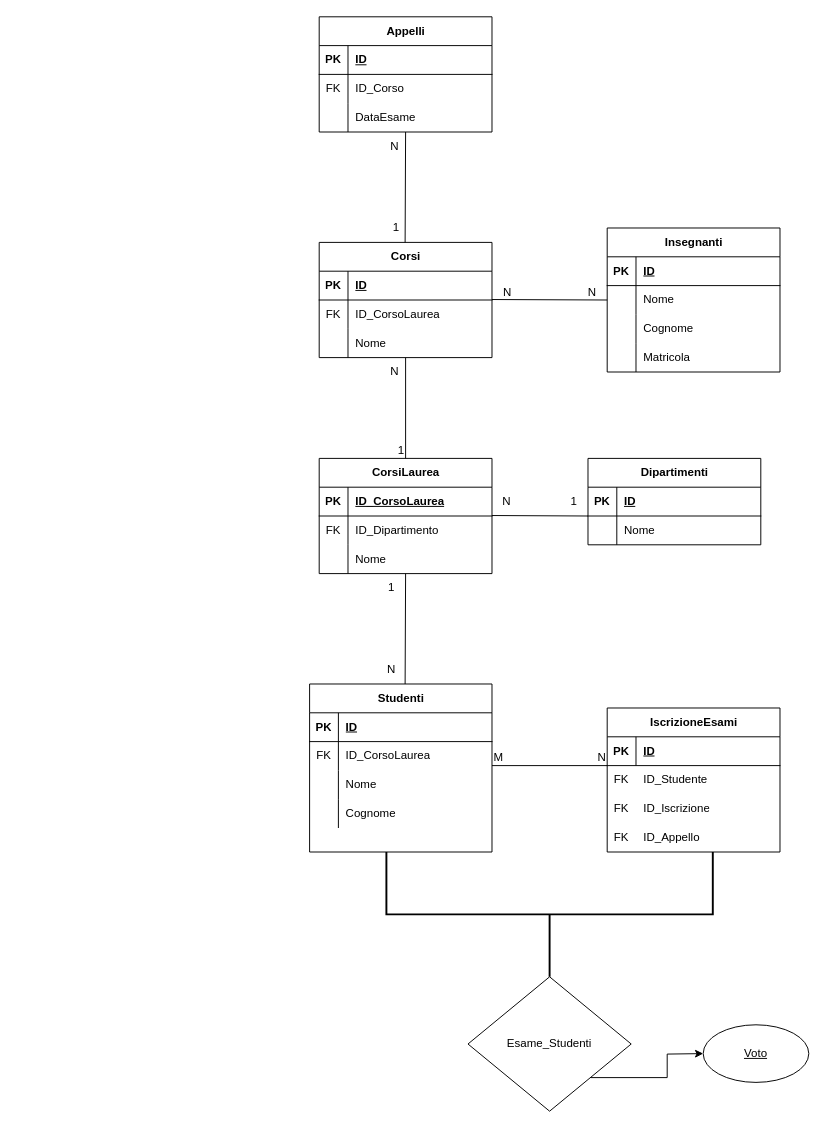
The draw.io diagram Diagramma università.drawio in MartinaAmbrosini/db-university, before the edit. Source tidied: cells renumbered, new cells numbered last; positions are measured from the earlier drawing's top-left corner, leaving out a move shared by most shapes. Both pictures are drawn from the tidied source at 96%, with x=0, y=0 at pixel (309, 16).
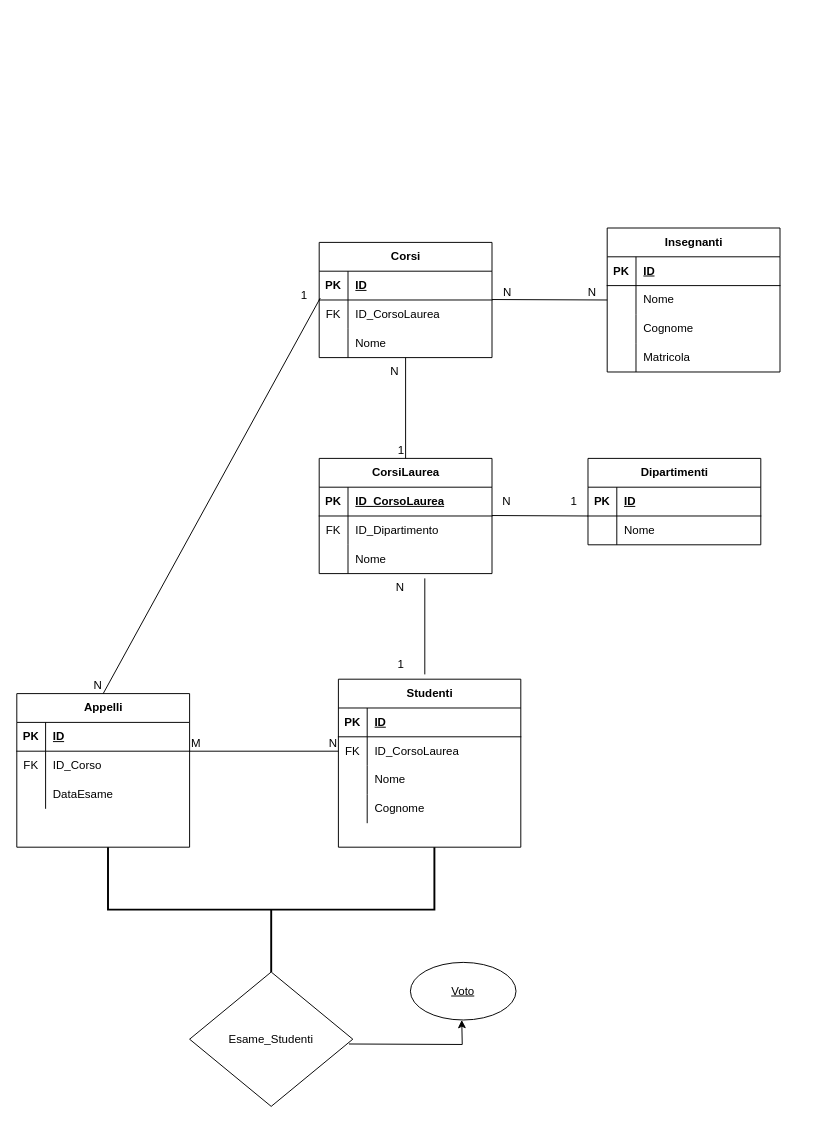
The same page after the edit.

Commit message (it also covers changes not shown here):
fix: caricato diagramma corretto

The change refers to these unchanged cells:
```xml
<mxCell id="6" style="shape=tableRow;horizontal=0;startSize=0;swimlaneHead=0;swimlaneBody=0;fillColor=none;points=[[0,0.5],[1,0.5]];portConstraint=eastwest;top=0;left=0;right=0;bottom=0;" parent="2" vertex="1">
  <mxGeometry y="60" width="180" height="30" as="geometry" />
</mxCell>
<mxCell id="42" style="shape=tableRow;horizontal=0;startSize=0;swimlaneHead=0;swimlaneBody=0;fillColor=none;points=[[0,0.5],[1,0.5]];portConstraint=eastwest;top=0;left=0;right=0;bottom=0;" parent="38" vertex="1">
  <mxGeometry y="60" width="190" height="30" as="geometry" />
</mxCell>
```

Diff of the diagram source:
```diff
@@
-    <mxCell id="25" style="endArrow=none;html=1;rounded=0;" parent="1" edge="1">
-      <mxGeometry relative="1" as="geometry">
-        <mxPoint x="99.5" y="235" as="sourcePoint" />
-        <mxPoint x="100" y="120" as="targetPoint" />
-      </mxGeometry>
-    </mxCell>
     <mxCell id="26" value="Appelli" style="shape=table;startSize=30;childLayout=tableLayout;rowLines=0;fontStyle=1;align=center;html=1;" parent="1" vertex="1">
-      <mxGeometry x="10" width="180" height="120" as="geometry" />
+      <mxGeometry x="-305" y="705" width="180" height="160" as="geometry" />
     </mxCell>
@@
-    <mxCell id="36" value="&lt;span style=&quot;white-space: pre;&quot;&gt;&#9;&lt;/span&gt;N" style="text;html=1;align=center;verticalAlign=middle;strokeColor=none;fillColor=none;" parent="1" vertex="1">
-      <mxGeometry x="45" y="120" width="60" height="30" as="geometry" />
-    </mxCell>
-    <mxCell id="37" value="1" style="text;html=1;align=center;verticalAlign=middle;strokeColor=none;fillColor=none;" parent="1" vertex="1">
-      <mxGeometry x="75" y="205" width="30" height="30" as="geometry" />
-    </mxCell>
     <mxCell id="38" value="Studenti" style="shape=table;startSize=30;childLayout=tableLayout;rowLines=0;fontStyle=1;align=center;html=1;" parent="1" vertex="1">
-      <mxGeometry y="695" width="190" height="175" as="geometry" />
+      <mxGeometry x="30" y="690" width="190" height="175" as="geometry" />
     </mxCell>
@@
-    <mxCell id="51" style="endArrow=none;html=1;rounded=0;" parent="1" edge="1">
-      <mxGeometry relative="1" as="geometry">
-        <mxPoint x="99.5" y="695" as="sourcePoint" />
-        <mxPoint x="100" y="580" as="targetPoint" />
-      </mxGeometry>
-    </mxCell>
@@
-    <mxCell id="62" value="1" style="text;html=1;align=center;verticalAlign=middle;strokeColor=none;fillColor=none;" parent="1" vertex="1">
-      <mxGeometry x="70" y="580" width="30" height="30" as="geometry" />
-    </mxCell>
-    <mxCell id="63" value="N" style="text;html=1;align=center;verticalAlign=middle;strokeColor=none;fillColor=none;" parent="1" vertex="1">
-      <mxGeometry x="70" y="665" width="30" height="30" as="geometry" />
-    </mxCell>
@@
-    <mxCell id="81" style="endArrow=none;html=1;rounded=0;" parent="1" edge="1">
-      <mxGeometry relative="1" as="geometry">
-        <mxPoint x="190" y="780" as="sourcePoint" />
-        <mxPoint x="310" y="780" as="targetPoint" />
-      </mxGeometry>
-    </mxCell>
-    <mxCell id="82" value="M" style="html=1;whiteSpace=wrap;align=left;verticalAlign=bottom;" parent="81" vertex="1">
-      <mxGeometry x="-1" relative="1" as="geometry" />
-    </mxCell>
-    <mxCell id="83" value="N" style="html=1;whiteSpace=wrap;align=right;verticalAlign=bottom;" parent="81" vertex="1">
-      <mxGeometry x="1" relative="1" as="geometry" />
-    </mxCell>
-    <mxCell id="84" value="IscrizioneEsami" style="shape=table;startSize=30;childLayout=tableLayout;rowLines=0;fontStyle=1;align=center;html=1;" parent="1" vertex="1">
-      <mxGeometry x="310" y="720" width="180" height="150" as="geometry" />
-    </mxCell>
-    <mxCell id="85" style="shape=tableRow;horizontal=0;startSize=0;swimlaneHead=0;swimlaneBody=0;fillColor=none;top=0;left=0;right=0;bottom=1;" parent="84" vertex="1">
-      <mxGeometry y="30" width="180" height="30" as="geometry" />
-    </mxCell>
-    <mxCell id="86" value="PK" style="shape=partialRectangle;fillColor=none;top=0;left=0;bottom=0;right=0;fontStyle=1;overflow=hidden;whiteSpace=wrap;html=1;" parent="85" vertex="1">
-      <mxGeometry width="30" height="30" as="geometry" />
-    </mxCell>
-    <mxCell id="87" value="ID" style="shape=partialRectangle;fillColor=none;top=0;left=0;bottom=0;right=0;align=left;spacingLeft=6;fontStyle=5;overflow=hidden;whiteSpace=wrap;html=1;" parent="85" vertex="1">
-      <mxGeometry x="30" width="150" height="30" as="geometry" />
-    </mxCell>
-    <mxCell id="88" style="html=1;whiteSpace=wrap;align=right;verticalAlign=bottom;" parent="1" vertex="1">
-      <mxGeometry x="310" y="780" as="geometry" />
-    </mxCell>
-    <mxCell id="89" style="shape=table;startSize=0;childLayout=tableLayout;rowLines=0;fontStyle=0;align=center;strokeColor=none;fillColor=none;" parent="1" vertex="1">
-      <mxGeometry x="310" y="780" width="180" height="90" as="geometry" />
-    </mxCell>
-    <mxCell id="90" style="shape=tableRow;horizontal=0;startSize=0;swimlaneHead=0;swimlaneBody=0;fillColor=none;top=0;left=0;right=0;bottom=0;" parent="89" vertex="1">
-      <mxGeometry width="180" height="30" as="geometry" />
-    </mxCell>
-    <mxCell id="91" value="FK" style="shape=partialRectangle;fillColor=none;top=0;left=0;bottom=0;right=0;fontStyle=0;overflow=hidden;whiteSpace=wrap;html=1;" parent="90" vertex="1">
-      <mxGeometry width="30" height="30" as="geometry" />
-    </mxCell>
-    <mxCell id="92" value="ID_Studente" style="shape=partialRectangle;fillColor=none;top=0;left=0;bottom=0;right=0;align=left;spacingLeft=6;fontStyle=0;overflow=hidden;whiteSpace=wrap;html=1;" parent="90" vertex="1">
-      <mxGeometry x="30" width="150" height="30" as="geometry" />
-    </mxCell>
-    <mxCell id="93" style="shape=tableRow;horizontal=0;startSize=0;swimlaneHead=0;swimlaneBody=0;fillColor=none;top=0;left=0;right=0;bottom=0;" parent="89" vertex="1">
-      <mxGeometry y="30" width="180" height="30" as="geometry" />
-    </mxCell>
-    <mxCell id="94" value="FK" style="shape=partialRectangle;fillColor=none;top=0;left=0;bottom=0;right=0;fontStyle=0;overflow=hidden;whiteSpace=wrap;html=1;" parent="93" vertex="1">
-      <mxGeometry width="30" height="30" as="geometry" />
-    </mxCell>
-    <mxCell id="95" value="ID_Iscrizione" style="shape=partialRectangle;fillColor=none;top=0;left=0;bottom=0;right=0;align=left;spacingLeft=6;fontStyle=0;overflow=hidden;whiteSpace=wrap;html=1;" parent="93" vertex="1">
-      <mxGeometry x="30" width="150" height="30" as="geometry" />
-    </mxCell>
-    <mxCell id="96" style="shape=tableRow;horizontal=0;startSize=0;swimlaneHead=0;swimlaneBody=0;fillColor=none;top=0;left=0;right=0;bottom=0;" parent="89" vertex="1">
-      <mxGeometry y="60" width="180" height="30" as="geometry" />
-    </mxCell>
-    <mxCell id="97" value="FK" style="shape=partialRectangle;fillColor=none;top=0;left=0;bottom=0;right=0;fontStyle=0;overflow=hidden;whiteSpace=wrap;html=1;" parent="96" vertex="1">
-      <mxGeometry width="30" height="30" as="geometry" />
-    </mxCell>
-    <mxCell id="98" value="ID_Appello" style="shape=partialRectangle;fillColor=none;top=0;left=0;bottom=0;right=0;align=left;spacingLeft=6;fontStyle=0;overflow=hidden;whiteSpace=wrap;html=1;" parent="96" vertex="1">
-      <mxGeometry x="30" width="150" height="30" as="geometry" />
-    </mxCell>
     <mxCell id="99" style="strokeWidth=2;html=1;shape=mxgraph.flowchart.annotation_2;align=left;labelPosition=right;direction=north;" parent="1" vertex="1">
-      <mxGeometry x="80" y="870" width="340" height="130" as="geometry" />
+      <mxGeometry x="-210" y="865" width="340" height="130" as="geometry" />
     </mxCell>
-    <mxCell id="100" style="edgeStyle=orthogonalEdgeStyle;rounded=0;jettySize=auto;html=1;exitX=1;exitY=1;exitDx=0;exitDy=0;" parent="1" edge="1" source="101">
+    <mxCell id="100" style="edgeStyle=orthogonalEdgeStyle;rounded=0;orthogonalLoop=1;jettySize=auto;html=1;exitX=1;exitY=1;exitDx=0;exitDy=0;" parent="1" edge="1">
       <mxGeometry relative="1" as="geometry">
-        <mxPoint x="410" y="1080" as="targetPoint" />
+        <mxPoint x="41" y="1070" as="sourcePoint" />
+        <mxPoint x="158.5" y="1045" as="targetPoint" />
       </mxGeometry>
     </mxCell>
     <mxCell id="101" value="Esame_Studenti" style="shape=rhombus;perimeter=rhombusPerimeter;whiteSpace=wrap;html=1;align=center;" parent="1" vertex="1">
-      <mxGeometry x="165" y="1000" width="170" height="140" as="geometry" />
+      <mxGeometry x="-125" y="995" width="170" height="140" as="geometry" />
     </mxCell>
     <mxCell id="102" value="Voto" style="ellipse;whiteSpace=wrap;html=1;align=center;fontStyle=4;" parent="1" vertex="1">
-      <mxGeometry x="410" y="1050" width="110" height="60" as="geometry" />
+      <mxGeometry x="105" y="985" width="110" height="60" as="geometry" />
     </mxCell>
+    <mxCell id="103" style="endArrow=none;html=1;rounded=0;entryX=0.5;entryY=0;entryDx=0;entryDy=0;exitX=0.006;exitY=-0.067;exitDx=0;exitDy=0;exitPerimeter=0;" parent="1" edge="1" source="6" target="26">
+      <mxGeometry relative="1" as="geometry" />
+    </mxCell>
+    <mxCell id="104" value="N" style="html=1;whiteSpace=wrap;align=right;verticalAlign=bottom;" parent="103" vertex="1">
+      <mxGeometry x="1" relative="1" as="geometry" />
+    </mxCell>
+    <mxCell id="105" style="endArrow=none;html=1;rounded=0;entryX=0;entryY=0.5;entryDx=0;entryDy=0;" parent="1" edge="1" target="42">
+      <mxGeometry relative="1" as="geometry">
+        <mxPoint x="-125" y="765" as="sourcePoint" />
+      </mxGeometry>
+    </mxCell>
+    <mxCell id="82" value="M" style="html=1;whiteSpace=wrap;align=left;verticalAlign=bottom;" parent="105" vertex="1">
+      <mxGeometry x="-1" relative="1" as="geometry" />
+    </mxCell>
+    <mxCell id="106" value="N" style="html=1;whiteSpace=wrap;align=right;verticalAlign=bottom;" parent="105" vertex="1">
+      <mxGeometry x="1" relative="1" as="geometry" />
+    </mxCell>
+    <mxCell id="107" style="endArrow=none;html=1;rounded=0;" parent="1" edge="1">
+      <mxGeometry relative="1" as="geometry">
+        <mxPoint x="120" y="585" as="sourcePoint" />
+        <mxPoint x="120" y="685" as="targetPoint" />
+      </mxGeometry>
+    </mxCell>
+    <mxCell id="108" value="1" style="text;html=1;align=center;verticalAlign=middle;strokeColor=none;fillColor=none;" parent="1" vertex="1">
+      <mxGeometry x="80" y="660" width="30" height="30" as="geometry" />
+    </mxCell>
+    <mxCell id="63" value="N" style="text;html=1;align=center;verticalAlign=middle;strokeColor=none;fillColor=none;" parent="1" vertex="1">
+      <mxGeometry x="79" y="580" width="30" height="30" as="geometry" />
+    </mxCell>
+    <mxCell id="109" value="1" style="text;html=1;align=center;verticalAlign=middle;strokeColor=none;fillColor=none;" parent="1" vertex="1">
+      <mxGeometry x="-21" y="275" width="30" height="30" as="geometry" />
+    </mxCell>
```
